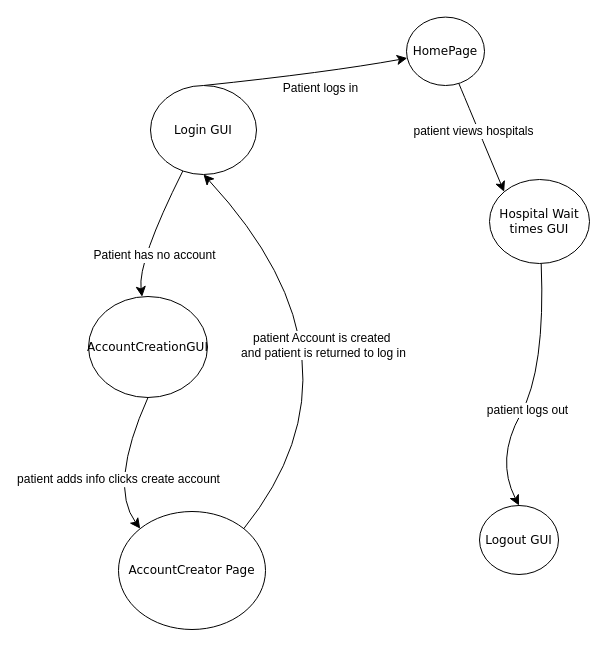
Before: EliorWork/PatientLogin_SMD.drawio in SENG-350-2024-fall/Team9, a draw.io diagram. Source tidied: cells renumbered, new cells numbered last; positions are measured from the earlier drawing's top-left corner, leaving out a move shared by most shapes. Both pictures are drawn from the tidied source at 100%, with x=0, y=0 at pixel (88, 17).
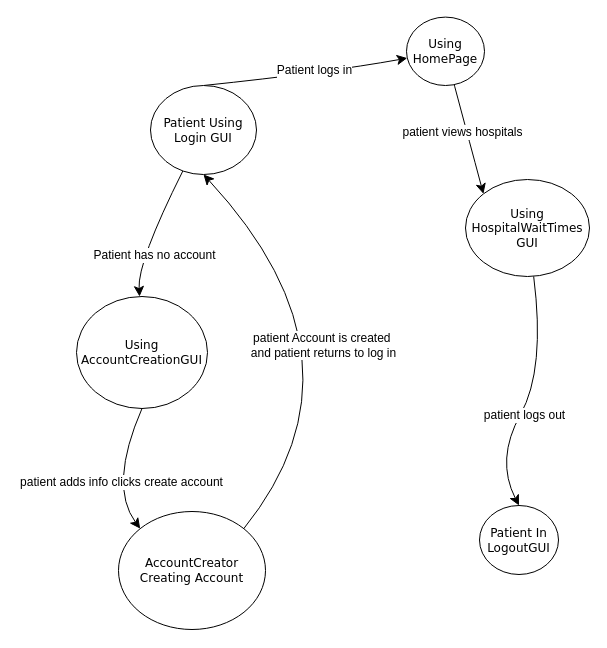
The same diagram, later.

The change refers to these unchanged cells:
```xml
<mxCell id="2" style="edgeStyle=none;curved=1;rounded=0;jettySize=auto;html=1;fontSize=12;startSize=8;endSize=8;exitX=0.5;exitY=0;exitDx=0;exitDy=0;" parent="1" edge="1" source="6" target="10">
  <mxGeometry relative="1" as="geometry">
    <Array as="points">
      <mxPoint x="239" y="55" />
    </Array>
  </mxGeometry>
</mxCell>
<mxCell id="11" style="edgeStyle=none;jettySize=auto;html=1;rounded=0;fontSize=12;startSize=8;endSize=8;curved=1;exitX=1;exitY=0;exitDx=0;exitDy=0;entryX=0.5;entryY=1;entryDx=0;entryDy=0;" parent="1" edge="1" source="7" target="6">
  <mxGeometry relative="1" as="geometry">
    <Array as="points">
      <mxPoint x="289" y="345" />
    </Array>
  </mxGeometry>
</mxCell>
```

The edit, as a diff of the source:
```diff
@@
     <mxCell id="3" value="Patient logs in" style="edgeLabel;html=1;align=center;verticalAlign=middle;fontSize=12;" parent="2" vertex="1">
-      <mxGeometry x="0.13" y="-15" relative="1" as="geometry" />
+      <mxGeometry x="0.13" y="-15" relative="1" as="geometry">
+        <mxPoint x="-6" y="-18" as="offset" />
+      </mxGeometry>
     </mxCell>
@@
-    <mxCell id="6" value="Login GUI" style="rounded=1;whiteSpace=wrap;html=1;arcSize=24;shadow=0;comic=0;labelBackgroundColor=none;fontFamily=Verdana;fontSize=12;align=center;shape=ellipse;perimeter=ellipsePerimeter;" parent="1" vertex="1">
+    <mxCell id="6" value="&lt;div&gt;Patient Using&lt;/div&gt;Login GUI" style="rounded=1;whiteSpace=wrap;html=1;arcSize=24;shadow=0;comic=0;labelBackgroundColor=none;fontFamily=Verdana;fontSize=12;align=center;shape=ellipse;perimeter=ellipsePerimeter;" parent="1" vertex="1">
       <mxGeometry x="62" y="68" width="106" height="89" as="geometry" />
     </mxCell>
-    <mxCell id="7" value="AccountCreator Page" style="rounded=1;whiteSpace=wrap;html=1;arcSize=24;shadow=0;comic=0;labelBackgroundColor=none;fontFamily=Verdana;fontSize=12;align=center;shape=ellipse;perimeter=ellipsePerimeter;" parent="1" vertex="1">
+    <mxCell id="7" value="AccountCreator Creating Account" style="rounded=1;whiteSpace=wrap;html=1;arcSize=24;shadow=0;comic=0;labelBackgroundColor=none;fontFamily=Verdana;fontSize=12;align=center;shape=ellipse;perimeter=ellipsePerimeter;" parent="1" vertex="1">
       <mxGeometry x="30" y="494" width="147" height="118" as="geometry" />
     </mxCell>
@@
-    <mxCell id="10" value="HomePage" style="rounded=1;whiteSpace=wrap;html=1;arcSize=24;shadow=0;comic=0;labelBackgroundColor=none;fontFamily=Verdana;fontSize=12;align=center;shape=ellipse;perimeter=ellipsePerimeter;" parent="1" vertex="1">
+    <mxCell id="10" value="Using HomePage" style="rounded=1;whiteSpace=wrap;html=1;arcSize=24;shadow=0;comic=0;labelBackgroundColor=none;fontFamily=Verdana;fontSize=12;align=center;shape=ellipse;perimeter=ellipsePerimeter;" parent="1" vertex="1">
       <mxGeometry x="318" y="-0.4" width="78" height="68.4" as="geometry" />
     </mxCell>
@@
-    <mxCell id="12" value="patient Account is created&amp;nbsp;&lt;div&gt;and patient is returned to log in&lt;/div&gt;" style="edgeLabel;html=1;align=center;verticalAlign=middle;fontSize=12;" parent="11" vertex="1">
+    <mxCell id="12" value="patient Account is created&amp;nbsp;&lt;div&gt;and patient returns to log in&lt;/div&gt;" style="edgeLabel;html=1;align=center;verticalAlign=middle;fontSize=12;" parent="11" vertex="1">
       <mxGeometry x="0.12" y="28" relative="1" as="geometry" />
     </mxCell>
-    <mxCell id="13" value="AccountCreationGUI" style="rounded=1;whiteSpace=wrap;html=1;arcSize=24;shadow=0;comic=0;labelBackgroundColor=none;fontFamily=Verdana;fontSize=12;align=center;shape=ellipse;perimeter=ellipsePerimeter;" parent="1" vertex="1">
-      <mxGeometry y="279" width="119" height="101" as="geometry" />
+    <mxCell id="13" value="&lt;div&gt;Using&lt;/div&gt;AccountCreationGUI" style="rounded=1;whiteSpace=wrap;html=1;arcSize=24;shadow=0;comic=0;labelBackgroundColor=none;fontFamily=Verdana;fontSize=12;align=center;shape=ellipse;perimeter=ellipsePerimeter;" parent="1" vertex="1">
+      <mxGeometry x="-12" y="279" width="131" height="112" as="geometry" />
     </mxCell>
@@
-    <mxCell id="17" value="Hospital Wait times GUI" style="rounded=1;whiteSpace=wrap;html=1;arcSize=24;shadow=0;comic=0;labelBackgroundColor=none;fontFamily=Verdana;fontSize=12;align=center;shape=ellipse;perimeter=ellipsePerimeter;" parent="1" vertex="1">
-      <mxGeometry x="401" y="162" width="100" height="84" as="geometry" />
+    <mxCell id="17" value="&lt;div&gt;Using&lt;/div&gt;HospitalWaitTimes GUI" style="rounded=1;whiteSpace=wrap;html=1;arcSize=24;shadow=0;comic=0;labelBackgroundColor=none;fontFamily=Verdana;fontSize=12;align=center;shape=ellipse;perimeter=ellipsePerimeter;" parent="1" vertex="1">
+      <mxGeometry x="377" y="162" width="124" height="97" as="geometry" />
     </mxCell>
-    <mxCell id="18" value="Logout GUI" style="rounded=1;whiteSpace=wrap;html=1;arcSize=24;shadow=0;comic=0;labelBackgroundColor=none;fontFamily=Verdana;fontSize=12;align=center;shape=ellipse;perimeter=ellipsePerimeter;" parent="1" vertex="1">
+    <mxCell id="18" value="Patient In LogoutGUI" style="rounded=1;whiteSpace=wrap;html=1;arcSize=24;shadow=0;comic=0;labelBackgroundColor=none;fontFamily=Verdana;fontSize=12;align=center;shape=ellipse;perimeter=ellipsePerimeter;" parent="1" vertex="1">
       <mxGeometry x="391" y="488" width="79" height="69" as="geometry" />
     </mxCell>
```
